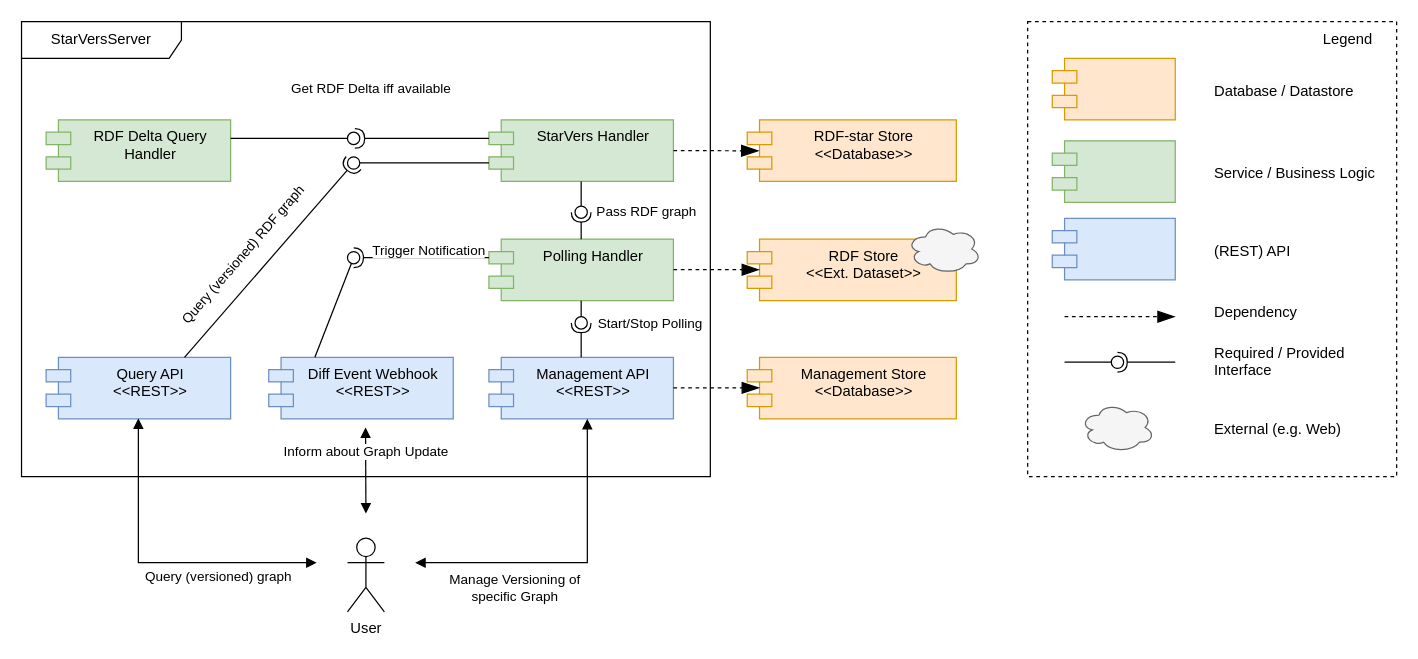
GreenfishK/starvers keeps this draw.io diagram as assets/ComponentDiagram_Design.drawio. Above is the earlier version. Source tidied: cells renumbered, new cells numbered last; positions are measured from the earlier drawing's top-left corner, leaving out a move shared by most shapes. Both pictures are drawn from the tidied source at 123%, with x=0, y=0 at pixel (21, 21).
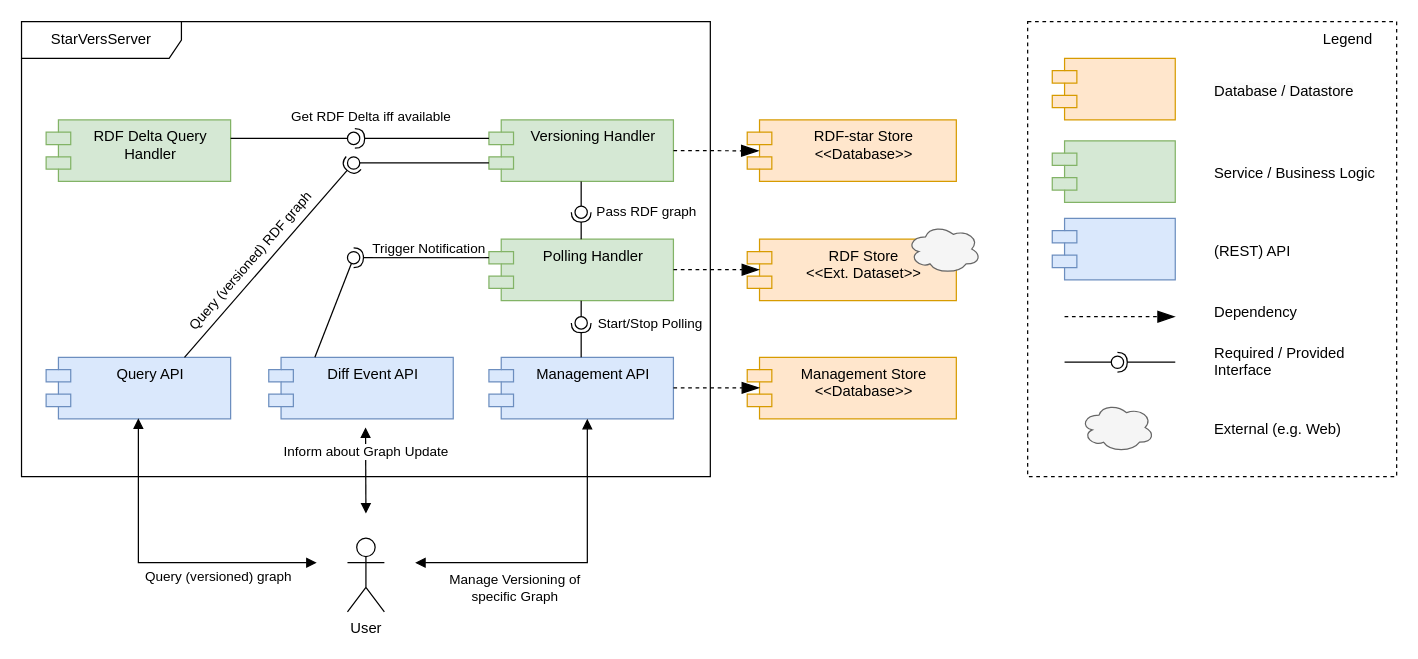
After the change.

Diff of the diagram source:
```diff
@@
-    <mxCell id="7" value="Management API&lt;br&gt;&amp;lt;&amp;lt;REST&amp;gt;&amp;gt;" style="shape=module;align=left;spacingLeft=20;align=center;verticalAlign=top;whiteSpace=wrap;html=1;fillColor=#dae8fc;strokeColor=#6c8ebf;" parent="1" vertex="1">
+    <mxCell id="7" value="Management API" style="shape=module;align=left;spacingLeft=20;align=center;verticalAlign=top;whiteSpace=wrap;html=1;fillColor=#dae8fc;strokeColor=#6c8ebf;" parent="1" vertex="1">
       <mxGeometry x="380" y="273" width="150" height="50" as="geometry" />
     </mxCell>
-    <mxCell id="8" value="StarVers Handler" style="shape=module;align=left;spacingLeft=20;align=center;verticalAlign=top;whiteSpace=wrap;html=1;fillColor=#d5e8d4;strokeColor=#82b366;" parent="1" vertex="1">
+    <mxCell id="8" value="Versioning Handler" style="shape=module;align=left;spacingLeft=20;align=center;verticalAlign=top;whiteSpace=wrap;html=1;fillColor=#d5e8d4;strokeColor=#82b366;" parent="1" vertex="1">
       <mxGeometry x="380" y="80" width="150" height="50" as="geometry" />
     </mxCell>
-    <mxCell id="9" value="Query API&lt;br style=&quot;border-color: var(--border-color);&quot;&gt;&amp;lt;&amp;lt;REST&amp;gt;&amp;gt;" style="shape=module;align=left;spacingLeft=20;align=center;verticalAlign=top;whiteSpace=wrap;html=1;fillColor=#dae8fc;strokeColor=#6c8ebf;" parent="1" vertex="1">
+    <mxCell id="9" value="Query API" style="shape=module;align=left;spacingLeft=20;align=center;verticalAlign=top;whiteSpace=wrap;html=1;fillColor=#dae8fc;strokeColor=#6c8ebf;" parent="1" vertex="1">
       <mxGeometry x="20" y="273" width="150" height="50" as="geometry" />
     </mxCell>
@@
     <mxCell id="16" value="Get RDF Delta iff available" style="text;html=1;align=center;verticalAlign=middle;strokeColor=none;fillColor=none;fontSize=11;" parent="1" vertex="1">
-      <mxGeometry x="209" y="40" width="150" height="30" as="geometry" />
+      <mxGeometry x="209" y="62" width="150" height="30" as="geometry" />
     </mxCell>
@@
-    <mxCell id="20" value="Diff Event Webhook&lt;br style=&quot;border-color: var(--border-color);&quot;&gt;&amp;lt;&amp;lt;REST&amp;gt;&amp;gt;" style="shape=module;align=left;spacingLeft=20;align=center;verticalAlign=top;whiteSpace=wrap;html=1;fillColor=#dae8fc;strokeColor=#6c8ebf;" parent="1" vertex="1">
+    <mxCell id="20" value="Diff Event API" style="shape=module;align=left;spacingLeft=20;align=center;verticalAlign=top;whiteSpace=wrap;html=1;fillColor=#dae8fc;strokeColor=#6c8ebf;" parent="1" vertex="1">
       <mxGeometry x="201" y="273" width="150" height="50" as="geometry" />
     </mxCell>
@@
     <mxCell id="32" value="Query&amp;nbsp;(versioned) RDF graph" style="text;html=1;align=center;verticalAlign=middle;strokeColor=none;fillColor=none;rotation=311;fontSize=11;" parent="1" vertex="1">
-      <mxGeometry x="95" y="175" width="170" height="30" as="geometry" />
+      <mxGeometry x="101" y="180" width="170" height="30" as="geometry" />
     </mxCell>
@@
     <mxCell id="41" value="Trigger Notification" style="edgeLabel;html=1;align=center;verticalAlign=middle;rotation=0;" parent="1" vertex="1">
-      <mxGeometry x="330" y="185" as="geometry" />
+      <mxGeometry x="330" y="184" as="geometry" />
     </mxCell>
```
